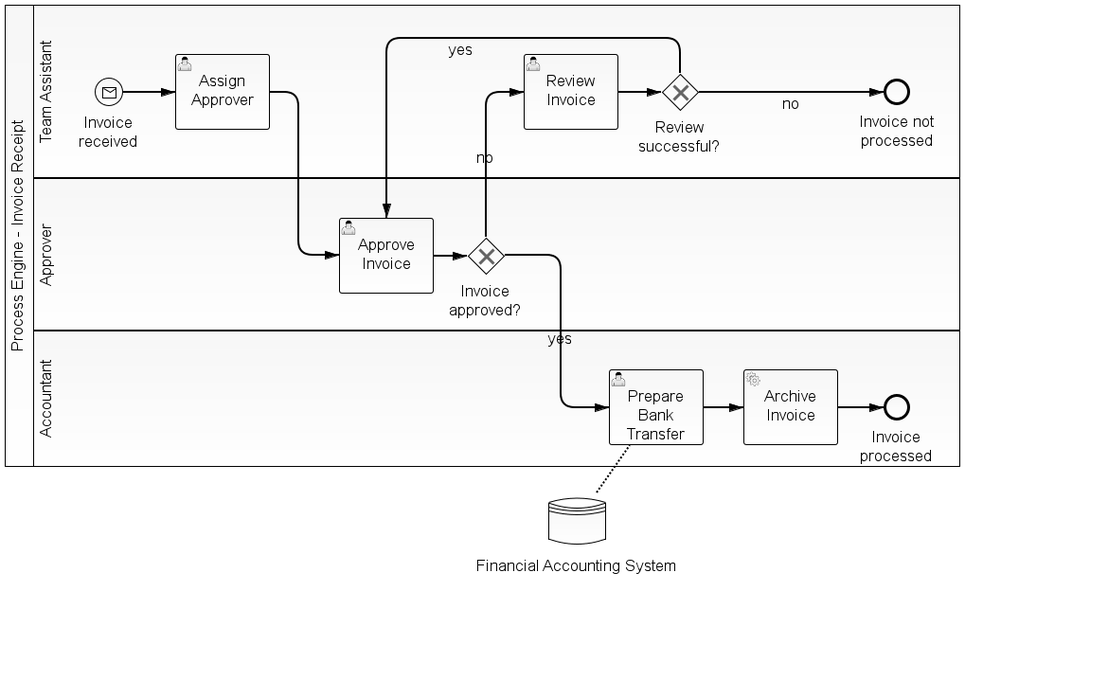
Before: invoice-en/src/main/resources/camunda-invoice-en.png, a diagram exported from BPMN (camunda-consulting/camunda-7-code-examples). Its source is kept beside it as invoice-en/src/main/resources/camunda-invoice-en.bpmn. Ids are renumbered.
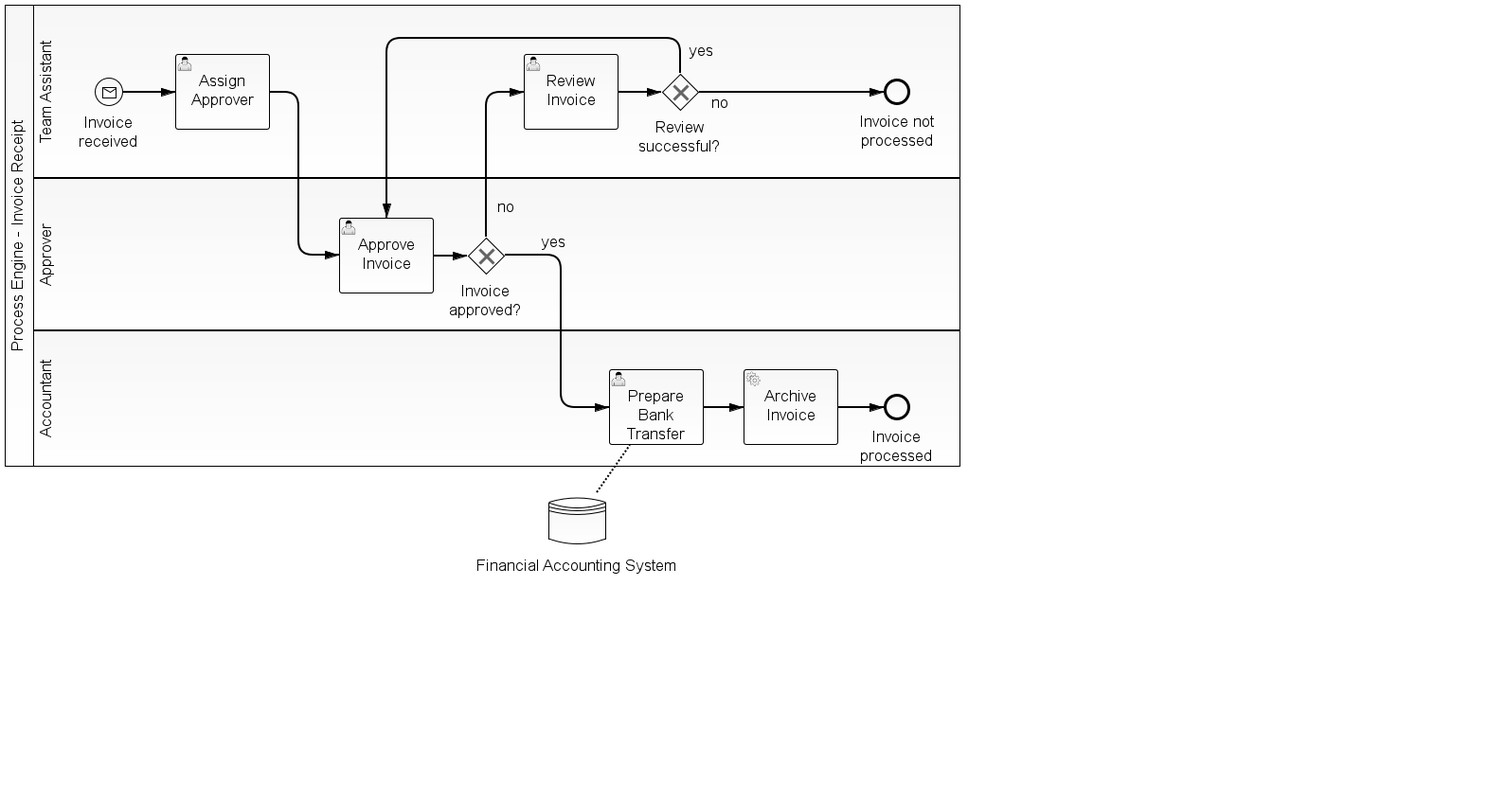
Above is the later version.

Commit message:
Fixed label positions and process name

Diff of the diagram source:
```diff
@@ -4,7 +4,7 @@
   <collaboration id="sid-99ed0465-b244-4e1f-a6b6-95a0cd0594aa">
     <participant id="Process_Engine_1" name="Process Engine - Invoice Receipt" processRef="camunda-invoice-en"/>
   </collaboration>
-  <process id="camunda-invoice-en" name="Invoice Receipt (camunda BPM)" isClosed="true" isExecutable="true">
+  <process id="camunda-invoice-en" name="Invoice Receipt (camunda Modeler)" isClosed="true" isExecutable="true">
     <laneSet id="sid-cd34acaf-1d5a-4f43-bbac-f307cdefba79">
       <lane id="Approver" name="Approver">
         <flowNodeRef>approveInvoice</flowNodeRef>
@@ -137,21 +137,33 @@
         <omgdi:waypoint xsi:type="omgdc:Point" x="587.0" y="264.0"/>
         <omgdi:waypoint xsi:type="omgdc:Point" x="587.0" y="425.0"/>
         <omgdi:waypoint xsi:type="omgdc:Point" x="638.0" y="425.0"/>
+        <bpmndi:BPMNLabel>
+          <omgdc:Bounds height="26.0" width="32.0" x="564.0" y="238.0"/>
+        </bpmndi:BPMNLabel>
       </bpmndi:BPMNEdge>
       <bpmndi:BPMNEdge id="invoiceNotApproved_gui" bpmnElement="invoiceNotApproved">
         <omgdi:waypoint xsi:type="omgdc:Point" x="508.0" y="245.0"/>
         <omgdi:waypoint xsi:type="omgdc:Point" x="508.0" y="92.0"/>
         <omgdi:waypoint xsi:type="omgdc:Point" x="548.0" y="92.0"/>
+        <bpmndi:BPMNLabel>
+          <omgdc:Bounds height="26.0" width="24.0" x="518.0" y="201.0"/>
+        </bpmndi:BPMNLabel>
       </bpmndi:BPMNEdge>
       <bpmndi:BPMNEdge id="reviewSuccessful_gui" bpmnElement="reviewSuccessful">
         <omgdi:waypoint xsi:type="omgdc:Point" x="713.0" y="72.0"/>
         <omgdi:waypoint xsi:type="omgdc:Point" x="713.0" y="35.0"/>
         <omgdi:waypoint xsi:type="omgdc:Point" x="403.0" y="35.0"/>
         <omgdi:waypoint xsi:type="omgdc:Point" x="403.0" y="225.0"/>
+        <bpmndi:BPMNLabel>
+          <omgdc:Bounds height="26.0" width="32.0" x="720.0" y="36.0"/>
+        </bpmndi:BPMNLabel>
       </bpmndi:BPMNEdge>
       <bpmndi:BPMNEdge id="reviewNotSuccessful_gui" bpmnElement="reviewNotSuccessful">
         <omgdi:waypoint xsi:type="omgdc:Point" x="733.0" y="92.0"/>
         <omgdi:waypoint xsi:type="omgdc:Point" x="928.0" y="92.0"/>
+        <bpmndi:BPMNLabel>
+          <omgdc:Bounds height="26.0" width="24.0" x="744.0" y="91.0"/>
+        </bpmndi:BPMNLabel>
       </bpmndi:BPMNEdge>
       <bpmndi:BPMNEdge id="sequenceFlow_180_gui" bpmnElement="sequenceFlow_180">
         <omgdi:waypoint xsi:type="omgdc:Point" x="453.0" y="265.0"/>
```
